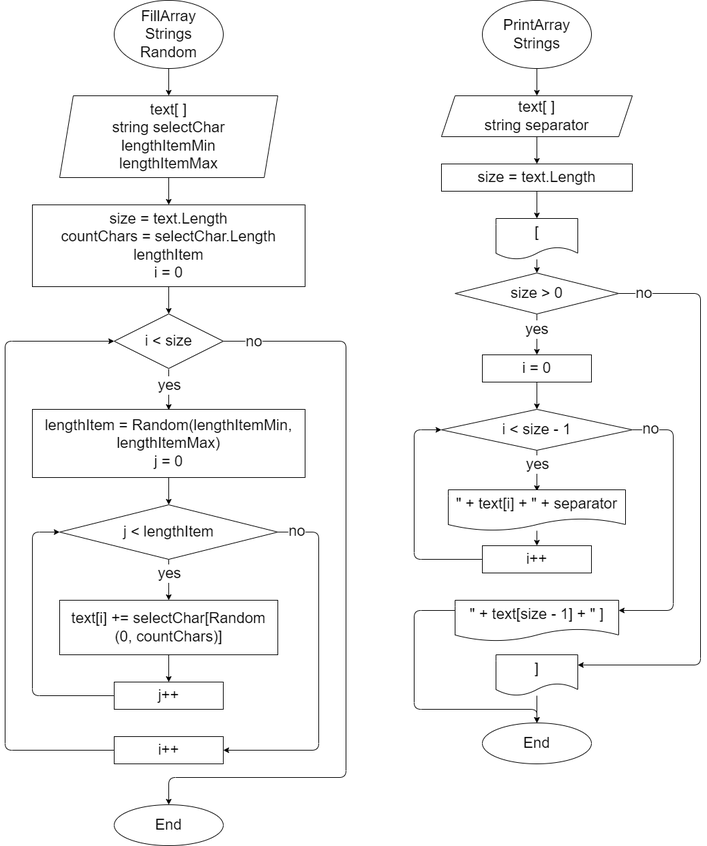
Before: diagram.drawio.png, a diagram exported from draw.io (Nadezhda26m/JoinJob_1term_Final). Source tidied: cells renumbered, new cells last; positions are measured from the earlier drawing's top-left corner, leaving out a move shared by most shapes.
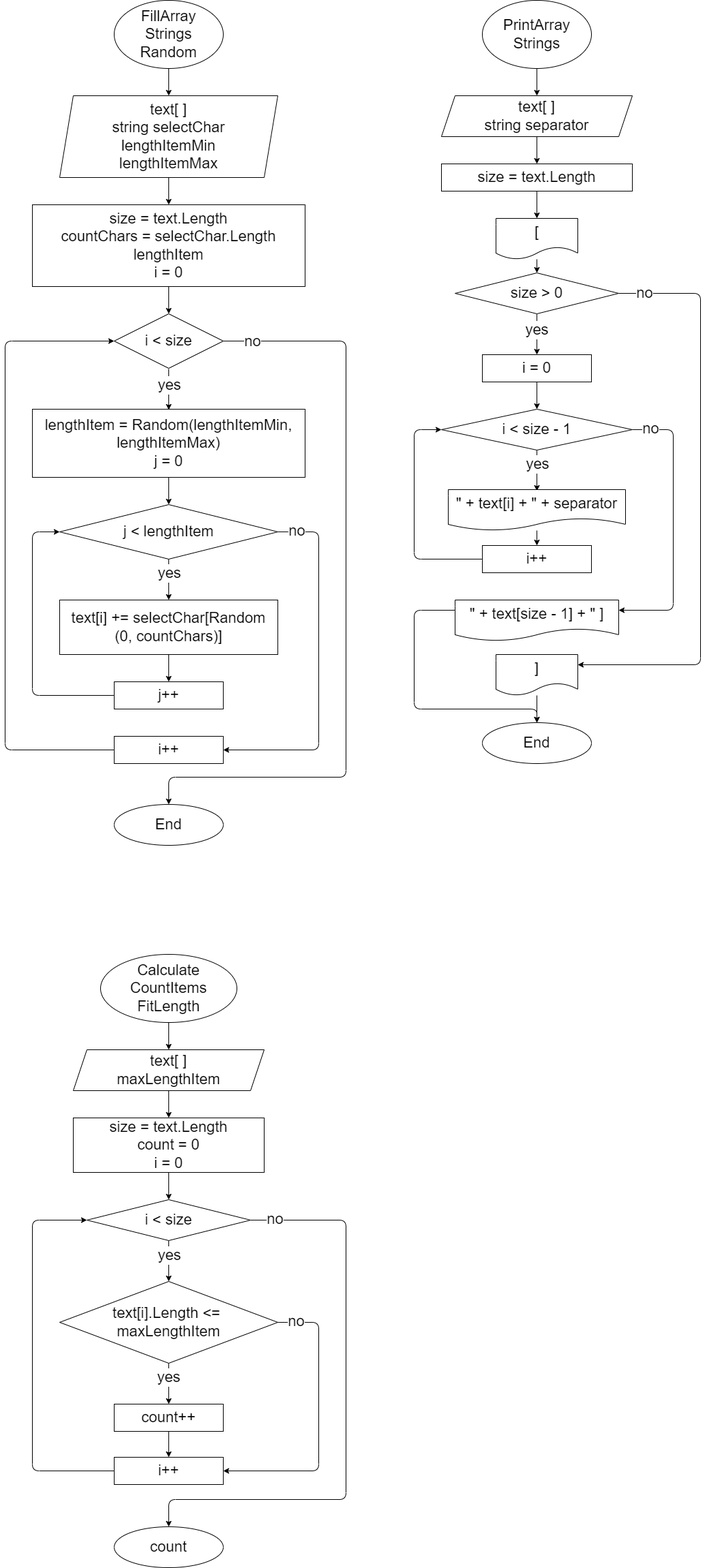
After the change.

Commit message:
add diagram CalculateCountItemsFitLength

Diff of the diagram source:
```diff
@@ -221,5 +221,89 @@
     <mxCell id="55" value="]" style="shape=document;whiteSpace=wrap;boundedLbl=1;fontSize=22;" parent="1" vertex="1">
       <mxGeometry x="720" y="960" width="120" height="60" as="geometry" />
     </mxCell>
+    <mxCell id="56" style="edgeStyle=none;html=1;entryX=0.5;entryY=0;entryDx=0;entryDy=0;fontSize=22;" parent="1" edge="1" source="57" target="59">
+      <mxGeometry relative="1" as="geometry" />
+    </mxCell>
+    <mxCell id="57" value="Calculate&#10;CountItems&#10;FitLength" style="ellipse;whiteSpace=wrap;fontSize=22;" parent="1" vertex="1">
+      <mxGeometry x="140" y="1400" width="200" height="100" as="geometry" />
+    </mxCell>
+    <mxCell id="58" style="edgeStyle=none;html=1;entryX=0.5;entryY=0;entryDx=0;entryDy=0;fontSize=22;" parent="1" edge="1" source="59" target="61">
+      <mxGeometry relative="1" as="geometry" />
+    </mxCell>
+    <mxCell id="59" value="text[ ]&#10;maxLengthItem" style="shape=parallelogram;perimeter=parallelogramPerimeter;whiteSpace=wrap;fixedSize=1;fontSize=22;" parent="1" vertex="1">
+      <mxGeometry x="100" y="1540" width="280" height="60" as="geometry" />
+    </mxCell>
+    <mxCell id="60" style="edgeStyle=none;html=1;entryX=0.5;entryY=0;entryDx=0;entryDy=0;fontSize=22;" parent="1" edge="1" source="61" target="66">
+      <mxGeometry relative="1" as="geometry" />
+    </mxCell>
+    <mxCell id="61" value="size = text.Length&#10;count = 0&#10;i = 0" style="rounded=0;whiteSpace=wrap;fontSize=22;" parent="1" vertex="1">
+      <mxGeometry x="100" y="1640" width="280" height="80" as="geometry" />
+    </mxCell>
+    <mxCell id="62" style="edgeStyle=none;html=1;entryX=0.5;entryY=0;entryDx=0;entryDy=0;fontSize=22;" parent="1" edge="1" source="66" target="72">
+      <mxGeometry relative="1" as="geometry" />
+    </mxCell>
+    <mxCell id="63" value="yes" style="edgeLabel;html=1;align=center;verticalAlign=middle;fontSize=22;" parent="62" vertex="1">
+      <mxGeometry x="-0.31" relative="1" as="geometry" />
+    </mxCell>
+    <mxCell id="64" style="edgeStyle=none;html=1;entryX=0.5;entryY=0;entryDx=0;entryDy=0;fontSize=22;exitX=1;exitY=0.5;exitDx=0;exitDy=0;" parent="1" edge="1" source="66" target="67">
+      <mxGeometry relative="1" as="geometry">
+        <Array as="points">
+          <mxPoint x="500" y="1790" />
+          <mxPoint x="500" y="2200" />
+          <mxPoint x="240" y="2200" />
+        </Array>
+      </mxGeometry>
+    </mxCell>
+    <mxCell id="65" value="no" style="edgeLabel;html=1;align=center;verticalAlign=middle;fontSize=22;" parent="64" vertex="1">
+      <mxGeometry x="-0.91" y="-2" relative="1" as="geometry">
+        <mxPoint x="-2" y="-4" as="offset" />
+      </mxGeometry>
+    </mxCell>
+    <mxCell id="66" value="i &lt; size" style="rhombus;whiteSpace=wrap;fontSize=22;" parent="1" vertex="1">
+      <mxGeometry x="120" y="1760" width="240" height="60" as="geometry" />
+    </mxCell>
+    <mxCell id="67" value="count" style="ellipse;whiteSpace=wrap;fontSize=22;" parent="1" vertex="1">
+      <mxGeometry x="160" y="2240" width="160" height="60" as="geometry" />
+    </mxCell>
+    <mxCell id="68" style="edgeStyle=none;html=1;entryX=0.5;entryY=0;entryDx=0;entryDy=0;fontSize=22;" parent="1" edge="1" source="72" target="74">
+      <mxGeometry relative="1" as="geometry" />
+    </mxCell>
+    <mxCell id="69" value="yes" style="edgeLabel;html=1;align=center;verticalAlign=middle;fontSize=22;" parent="68" vertex="1">
+      <mxGeometry x="-0.33" y="-1" relative="1" as="geometry" />
+    </mxCell>
+    <mxCell id="70" style="edgeStyle=none;html=1;entryX=1;entryY=0.5;entryDx=0;entryDy=0;fontSize=22;" parent="1" edge="1" target="76">
+      <mxGeometry relative="1" as="geometry">
+        <mxPoint x="400" y="1940" as="sourcePoint" />
+        <Array as="points">
+          <mxPoint x="460" y="1940" />
+          <mxPoint x="460" y="2158" />
+        </Array>
+      </mxGeometry>
+    </mxCell>
+    <mxCell id="71" value="no" style="edgeLabel;html=1;align=center;verticalAlign=middle;fontSize=22;" parent="70" vertex="1">
+      <mxGeometry x="-0.93" y="-1" relative="1" as="geometry">
+        <mxPoint x="12" y="-3" as="offset" />
+      </mxGeometry>
+    </mxCell>
+    <mxCell id="72" value="text[i].Length &lt;= &#10;maxLengthItem" style="rhombus;whiteSpace=wrap;fontSize=22;" parent="1" vertex="1">
+      <mxGeometry x="80" y="1880" width="320" height="120" as="geometry" />
+    </mxCell>
+    <mxCell id="73" style="edgeStyle=none;html=1;entryX=0.5;entryY=0;entryDx=0;entryDy=0;fontSize=22;" parent="1" edge="1" source="74" target="76">
+      <mxGeometry relative="1" as="geometry" />
+    </mxCell>
+    <mxCell id="74" value="count++" style="rounded=0;whiteSpace=wrap;fontSize=22;" parent="1" vertex="1">
+      <mxGeometry x="160" y="2060" width="160" height="40" as="geometry" />
+    </mxCell>
+    <mxCell id="75" style="edgeStyle=none;html=1;entryX=0;entryY=0.5;entryDx=0;entryDy=0;fontSize=22;exitX=0;exitY=0.5;exitDx=0;exitDy=0;" parent="1" edge="1" source="76" target="66">
+      <mxGeometry relative="1" as="geometry">
+        <Array as="points">
+          <mxPoint x="40" y="2158" />
+          <mxPoint x="40" y="1790" />
+        </Array>
+      </mxGeometry>
+    </mxCell>
+    <mxCell id="76" value="i++" style="rounded=0;whiteSpace=wrap;fontSize=22;" parent="1" vertex="1">
+      <mxGeometry x="160" y="2138" width="160" height="40" as="geometry" />
+    </mxCell>
   </root>
 </mxGraphModel>
```
